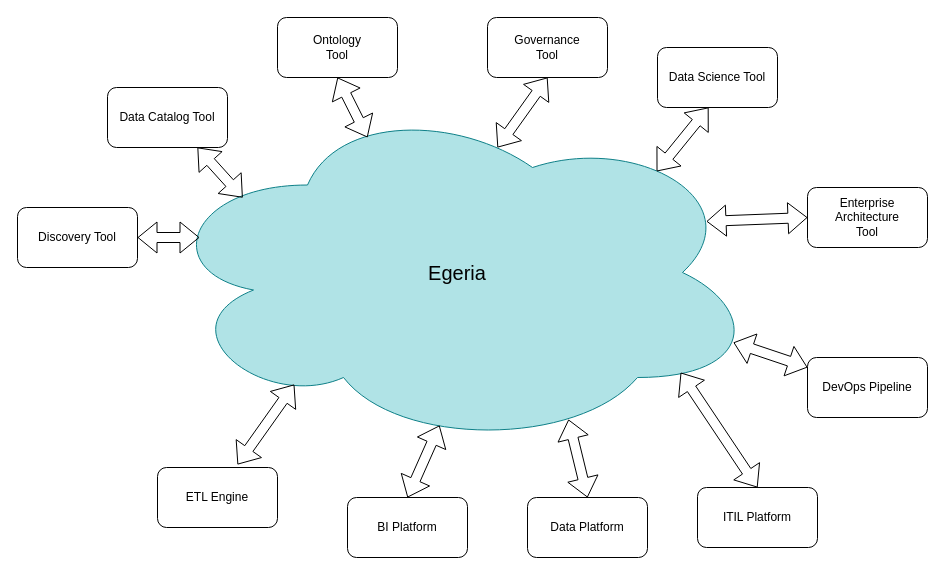
This is page "egeria-overview" (1 of 23) of open-metadata-implementation/admin-services/docs/egeria-operations.drawio from planetf1/egeria, a draw.io file, before an edit. Source tidied: cells renumbered, new cells numbered last; positions are measured from the earlier drawing's top-left corner, leaving out a move shared by most shapes. Both pictures are drawn from the tidied source at 100%, with x=0, y=0 at pixel (17, 17).
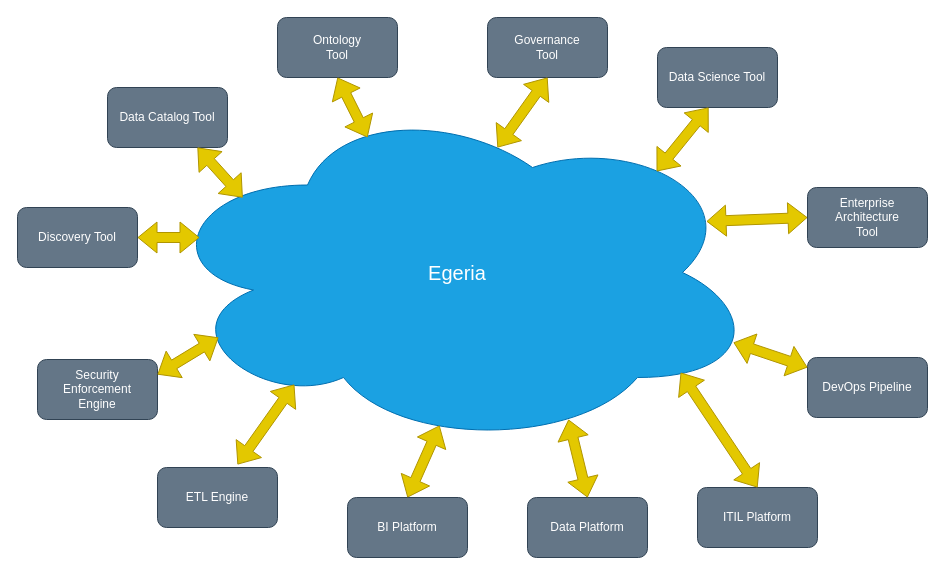
The same page after the edit.

Change to the diagram source:
```diff
@@
-    <mxCell id="2" value="Egeria" style="ellipse;shape=cloud;whiteSpace=wrap;html=1;fillColor=#b0e3e6;strokeColor=#0e8088;fontSize=20;" parent="1" vertex="1">
+    <mxCell id="2" value="Egeria" style="ellipse;shape=cloud;whiteSpace=wrap;html=1;fillColor=#1ba1e2;strokeColor=#006EAF;fontSize=20;fontColor=#ffffff;" parent="1" vertex="1">
       <mxGeometry x="140" y="80" width="600" height="350" as="geometry" />
     </mxCell>
-    <mxCell id="3" value="ETL Engine" style="rounded=1;whiteSpace=wrap;html=1;" parent="1" vertex="1">
+    <mxCell id="3" value="ETL Engine" style="rounded=1;whiteSpace=wrap;html=1;fillColor=#647687;strokeColor=#314354;fontColor=#ffffff;" parent="1" vertex="1">
       <mxGeometry x="140" y="450" width="120" height="60" as="geometry" />
     </mxCell>
-    <mxCell id="4" value="Data Science Tool" style="rounded=1;whiteSpace=wrap;html=1;" parent="1" vertex="1">
+    <mxCell id="4" value="Data Science Tool" style="rounded=1;whiteSpace=wrap;html=1;fillColor=#647687;strokeColor=#314354;fontColor=#ffffff;" parent="1" vertex="1">
       <mxGeometry x="640" y="30" width="120" height="60" as="geometry" />
     </mxCell>
-    <mxCell id="5" value="BI Platform" style="rounded=1;whiteSpace=wrap;html=1;" parent="1" vertex="1">
+    <mxCell id="5" value="BI Platform" style="rounded=1;whiteSpace=wrap;html=1;fillColor=#647687;strokeColor=#314354;fontColor=#ffffff;" parent="1" vertex="1">
       <mxGeometry x="330" y="480" width="120" height="60" as="geometry" />
     </mxCell>
-    <mxCell id="6" value="Governance&lt;br&gt;Tool" style="rounded=1;whiteSpace=wrap;html=1;" parent="1" vertex="1">
+    <mxCell id="6" value="Governance&lt;br&gt;Tool" style="rounded=1;whiteSpace=wrap;html=1;fillColor=#647687;strokeColor=#314354;fontColor=#ffffff;" parent="1" vertex="1">
       <mxGeometry x="470" width="120" height="60" as="geometry" />
     </mxCell>
-    <mxCell id="7" value="Data Catalog Tool" style="rounded=1;whiteSpace=wrap;html=1;" parent="1" vertex="1">
+    <mxCell id="7" value="Data Catalog Tool" style="rounded=1;whiteSpace=wrap;html=1;fillColor=#647687;strokeColor=#314354;fontColor=#ffffff;" parent="1" vertex="1">
       <mxGeometry x="90" y="70" width="120" height="60" as="geometry" />
     </mxCell>
-    <mxCell id="8" value="Enterprise&lt;br&gt;Architecture&lt;br&gt;Tool" style="rounded=1;whiteSpace=wrap;html=1;" parent="1" vertex="1">
+    <mxCell id="8" value="Enterprise&lt;br&gt;Architecture&lt;br&gt;Tool" style="rounded=1;whiteSpace=wrap;html=1;fillColor=#647687;strokeColor=#314354;fontColor=#ffffff;" parent="1" vertex="1">
       <mxGeometry x="790" y="170" width="120" height="60" as="geometry" />
     </mxCell>
-    <mxCell id="9" value="DevOps Pipeline" style="rounded=1;whiteSpace=wrap;html=1;" parent="1" vertex="1">
+    <mxCell id="9" value="DevOps Pipeline" style="rounded=1;whiteSpace=wrap;html=1;fillColor=#647687;strokeColor=#314354;fontColor=#ffffff;" parent="1" vertex="1">
       <mxGeometry x="790" y="340" width="120" height="60" as="geometry" />
     </mxCell>
-    <mxCell id="10" value="ITIL Platform" style="rounded=1;whiteSpace=wrap;html=1;" parent="1" vertex="1">
+    <mxCell id="10" value="ITIL Platform" style="rounded=1;whiteSpace=wrap;html=1;fillColor=#647687;strokeColor=#314354;fontColor=#ffffff;" parent="1" vertex="1">
       <mxGeometry x="680" y="470" width="120" height="60" as="geometry" />
     </mxCell>
-    <mxCell id="11" value="Ontology&lt;br&gt;Tool" style="rounded=1;whiteSpace=wrap;html=1;" parent="1" vertex="1">
+    <mxCell id="11" value="Ontology&lt;br&gt;Tool" style="rounded=1;whiteSpace=wrap;html=1;fillColor=#647687;strokeColor=#314354;fontColor=#ffffff;" parent="1" vertex="1">
       <mxGeometry x="260" width="120" height="60" as="geometry" />
     </mxCell>
-    <mxCell id="12" style="shape=flexArrow;endArrow=classic;startArrow=classic;html=1;entryX=0.228;entryY=0.82;entryDx=0;entryDy=0;entryPerimeter=0;exitX=0.667;exitY=-0.05;exitDx=0;exitDy=0;exitPerimeter=0;" parent="1" edge="1" source="3" target="2">
+    <mxCell id="12" style="shape=flexArrow;endArrow=classic;startArrow=classic;html=1;entryX=0.228;entryY=0.82;entryDx=0;entryDy=0;entryPerimeter=0;exitX=0.667;exitY=-0.05;exitDx=0;exitDy=0;exitPerimeter=0;fillColor=#e3c800;strokeColor=#B09500;" parent="1" edge="1" source="3" target="2">
       <mxGeometry relative="1" as="geometry" />
     </mxCell>
-    <mxCell id="13" style="shape=flexArrow;endArrow=classic;startArrow=classic;html=1;entryX=0.142;entryY=0.286;entryDx=0;entryDy=0;entryPerimeter=0;exitX=0.75;exitY=1;exitDx=0;exitDy=0;" parent="1" edge="1" source="7" target="2">
+    <mxCell id="13" style="shape=flexArrow;endArrow=classic;startArrow=classic;html=1;entryX=0.142;entryY=0.286;entryDx=0;entryDy=0;entryPerimeter=0;exitX=0.75;exitY=1;exitDx=0;exitDy=0;fillColor=#e3c800;strokeColor=#B09500;" parent="1" edge="1" source="7" target="2">
       <mxGeometry relative="1" as="geometry" />
     </mxCell>
-    <mxCell id="14" style="shape=flexArrow;endArrow=classic;startArrow=classic;html=1;entryX=0.5;entryY=1;entryDx=0;entryDy=0;exitX=0.35;exitY=0.114;exitDx=0;exitDy=0;exitPerimeter=0;" parent="1" edge="1" source="2" target="11">
+    <mxCell id="14" style="shape=flexArrow;endArrow=classic;startArrow=classic;html=1;entryX=0.5;entryY=1;entryDx=0;entryDy=0;exitX=0.35;exitY=0.114;exitDx=0;exitDy=0;exitPerimeter=0;fillColor=#e3c800;strokeColor=#B09500;" parent="1" edge="1" source="2" target="11">
       <mxGeometry relative="1" as="geometry" />
     </mxCell>
-    <mxCell id="15" style="shape=flexArrow;endArrow=classic;startArrow=classic;html=1;entryX=0.5;entryY=1;entryDx=0;entryDy=0;" parent="1" edge="1" target="6">
+    <mxCell id="15" style="shape=flexArrow;endArrow=classic;startArrow=classic;html=1;entryX=0.5;entryY=1;entryDx=0;entryDy=0;fillColor=#e3c800;strokeColor=#B09500;" parent="1" edge="1" target="6">
       <mxGeometry relative="1" as="geometry">
         <mxPoint x="480" y="130" as="sourcePoint" />
       </mxGeometry>
     </mxCell>
-    <mxCell id="16" style="shape=flexArrow;endArrow=classic;startArrow=classic;html=1;entryX=0.425;entryY=1;entryDx=0;entryDy=0;entryPerimeter=0;exitX=0.832;exitY=0.211;exitDx=0;exitDy=0;exitPerimeter=0;" parent="1" edge="1" source="2" target="4">
+    <mxCell id="16" style="shape=flexArrow;endArrow=classic;startArrow=classic;html=1;entryX=0.425;entryY=1;entryDx=0;entryDy=0;entryPerimeter=0;exitX=0.832;exitY=0.211;exitDx=0;exitDy=0;exitPerimeter=0;fillColor=#e3c800;strokeColor=#B09500;" parent="1" edge="1" source="2" target="4">
       <mxGeometry relative="1" as="geometry" />
     </mxCell>
-    <mxCell id="17" style="shape=flexArrow;endArrow=classic;startArrow=classic;html=1;entryX=0;entryY=0.5;entryDx=0;entryDy=0;exitX=0.915;exitY=0.354;exitDx=0;exitDy=0;exitPerimeter=0;" parent="1" edge="1" source="2" target="8">
+    <mxCell id="17" style="shape=flexArrow;endArrow=classic;startArrow=classic;html=1;entryX=0;entryY=0.5;entryDx=0;entryDy=0;exitX=0.915;exitY=0.354;exitDx=0;exitDy=0;exitPerimeter=0;fillColor=#e3c800;strokeColor=#B09500;" parent="1" edge="1" source="2" target="8">
       <mxGeometry relative="1" as="geometry" />
     </mxCell>
-    <mxCell id="18" value="Data Platform" style="rounded=1;whiteSpace=wrap;html=1;" parent="1" vertex="1">
+    <mxCell id="18" value="Data Platform" style="rounded=1;whiteSpace=wrap;html=1;fillColor=#647687;strokeColor=#314354;fontColor=#ffffff;" parent="1" vertex="1">
       <mxGeometry x="510" y="480" width="120" height="60" as="geometry" />
     </mxCell>
-    <mxCell id="19" style="shape=flexArrow;endArrow=classic;startArrow=classic;html=1;entryX=0.47;entryY=0.937;entryDx=0;entryDy=0;entryPerimeter=0;exitX=0.5;exitY=0;exitDx=0;exitDy=0;" parent="1" edge="1" source="5" target="2">
+    <mxCell id="19" style="shape=flexArrow;endArrow=classic;startArrow=classic;html=1;entryX=0.47;entryY=0.937;entryDx=0;entryDy=0;entryPerimeter=0;exitX=0.5;exitY=0;exitDx=0;exitDy=0;fillColor=#e3c800;strokeColor=#B09500;" parent="1" edge="1" source="5" target="2">
       <mxGeometry relative="1" as="geometry" />
     </mxCell>
-    <mxCell id="20" style="shape=flexArrow;endArrow=classic;startArrow=classic;html=1;entryX=0.685;entryY=0.92;entryDx=0;entryDy=0;entryPerimeter=0;exitX=0.5;exitY=0;exitDx=0;exitDy=0;" parent="1" edge="1" source="18" target="2">
+    <mxCell id="20" style="shape=flexArrow;endArrow=classic;startArrow=classic;html=1;entryX=0.685;entryY=0.92;entryDx=0;entryDy=0;entryPerimeter=0;exitX=0.5;exitY=0;exitDx=0;exitDy=0;fillColor=#e3c800;strokeColor=#B09500;" parent="1" edge="1" source="18" target="2">
       <mxGeometry relative="1" as="geometry" />
     </mxCell>
-    <mxCell id="21" style="shape=flexArrow;endArrow=classic;startArrow=classic;html=1;entryX=0.872;entryY=0.786;entryDx=0;entryDy=0;entryPerimeter=0;exitX=0.5;exitY=0;exitDx=0;exitDy=0;" parent="1" edge="1" source="10" target="2">
+    <mxCell id="21" style="shape=flexArrow;endArrow=classic;startArrow=classic;html=1;entryX=0.872;entryY=0.786;entryDx=0;entryDy=0;entryPerimeter=0;exitX=0.5;exitY=0;exitDx=0;exitDy=0;fillColor=#e3c800;strokeColor=#B09500;" parent="1" edge="1" source="10" target="2">
       <mxGeometry relative="1" as="geometry" />
     </mxCell>
-    <mxCell id="22" style="shape=flexArrow;endArrow=classic;startArrow=classic;html=1;entryX=0.96;entryY=0.7;entryDx=0;entryDy=0;entryPerimeter=0;" parent="1" edge="1" source="9" target="2">
+    <mxCell id="22" style="shape=flexArrow;endArrow=classic;startArrow=classic;html=1;entryX=0.96;entryY=0.7;entryDx=0;entryDy=0;entryPerimeter=0;fillColor=#e3c800;strokeColor=#B09500;" parent="1" edge="1" source="9" target="2">
       <mxGeometry relative="1" as="geometry" />
     </mxCell>
-    <mxCell id="23" value="Discovery Tool" style="rounded=1;whiteSpace=wrap;html=1;" parent="1" vertex="1">
+    <mxCell id="23" value="Discovery Tool" style="rounded=1;whiteSpace=wrap;html=1;fillColor=#647687;strokeColor=#314354;fontColor=#ffffff;" parent="1" vertex="1">
       <mxGeometry y="190" width="120" height="60" as="geometry" />
     </mxCell>
-    <mxCell id="24" style="shape=flexArrow;endArrow=classic;startArrow=classic;html=1;entryX=0.07;entryY=0.4;entryDx=0;entryDy=0;entryPerimeter=0;exitX=1;exitY=0.5;exitDx=0;exitDy=0;" parent="1" edge="1" source="23" target="2">
+    <mxCell id="24" style="shape=flexArrow;endArrow=classic;startArrow=classic;html=1;entryX=0.07;entryY=0.4;entryDx=0;entryDy=0;entryPerimeter=0;exitX=1;exitY=0.5;exitDx=0;exitDy=0;fillColor=#e3c800;strokeColor=#B09500;" parent="1" edge="1" source="23" target="2">
       <mxGeometry relative="1" as="geometry" />
     </mxCell>
+    <mxCell id="25" value="Security&lt;br&gt;Enforcement&lt;br&gt;Engine" style="rounded=1;whiteSpace=wrap;html=1;fillColor=#647687;strokeColor=#314354;fontColor=#ffffff;" parent="1" vertex="1">
+      <mxGeometry x="20" y="342" width="120" height="60" as="geometry" />
+    </mxCell>
+    <mxCell id="26" style="shape=flexArrow;endArrow=classic;startArrow=classic;html=1;entryX=0;entryY=0.7;entryDx=0;entryDy=0;entryPerimeter=0;exitX=1;exitY=0.25;exitDx=0;exitDy=0;fillColor=#e3c800;strokeColor=#B09500;" parent="1" edge="1" source="25">
+      <mxGeometry relative="1" as="geometry">
+        <mxPoint x="201" y="320" as="targetPoint" />
+      </mxGeometry>
+    </mxCell>
```
